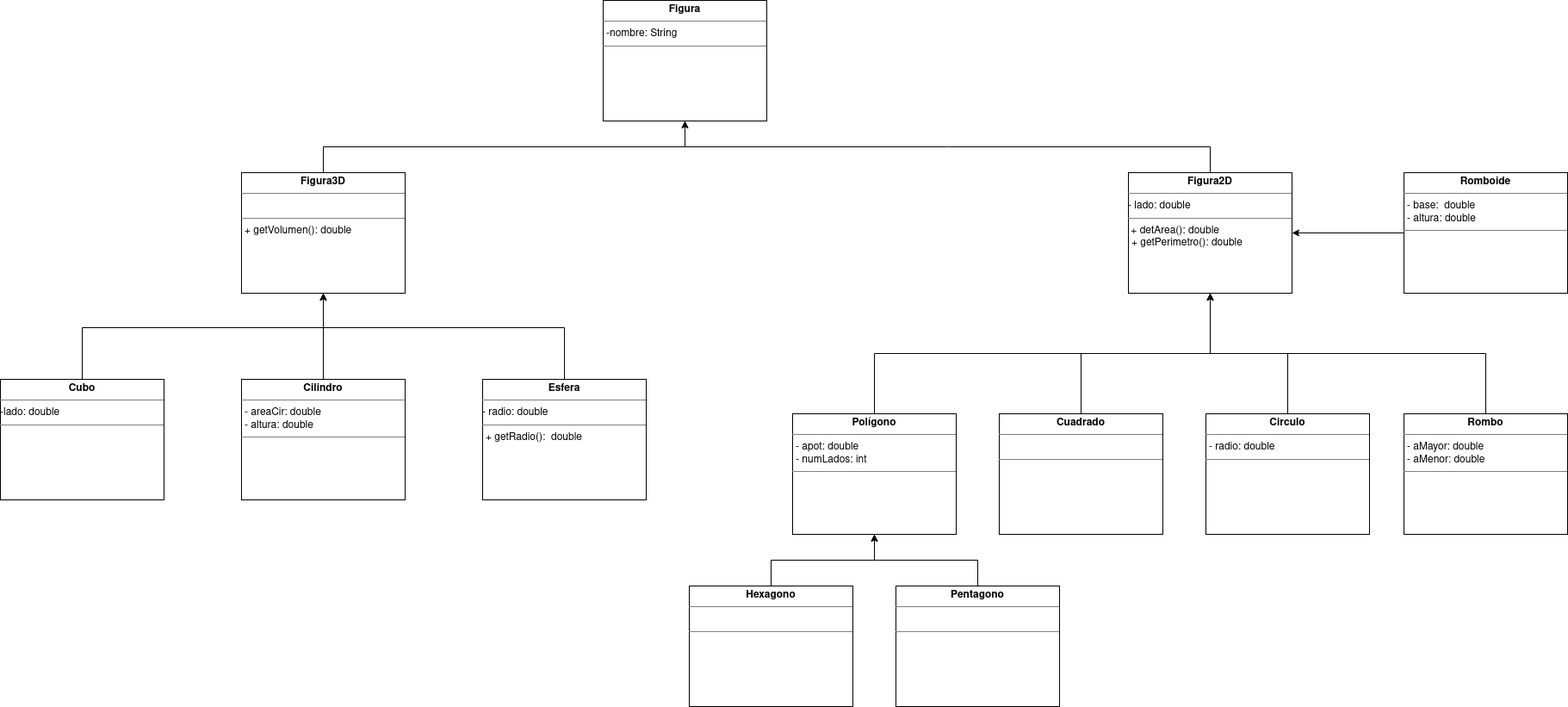
Above: Figura.drawio.png in PINGUIS37/Figura (draw.io), before the change. Source tidied: cells renumbered, new cells last; positions are measured from the earlier drawing's top-left corner, leaving out a move shared by most shapes. Its diagram source:
```xml
<mxGraphModel>
  <root>
    <mxCell id="0" />
    <mxCell id="1" parent="0" />
    <mxCell id="2" style="edgeStyle=orthogonalEdgeStyle;rounded=0;jettySize=auto;html=1;exitX=0;exitY=0.5;exitDx=0;exitDy=0;entryX=1;entryY=0.5;entryDx=0;entryDy=0;" parent="1" edge="1" source="3" target="11">
      <mxGeometry relative="1" as="geometry" />
    </mxCell>
    <mxCell id="3" value="&lt;p style=&quot;margin:0px;margin-top:4px;text-align:center;&quot;&gt;&lt;b&gt;Romboide&lt;/b&gt;&lt;br&gt;&lt;/p&gt;&lt;hr size=&quot;1&quot;&gt;&lt;p style=&quot;margin:0px;margin-left:4px;&quot;&gt;- base:&amp;nbsp; double&lt;br&gt;- altura: double&lt;/p&gt;&lt;hr size=&quot;1&quot;&gt;&lt;p style=&quot;margin:0px;margin-left:4px;&quot;&gt;&lt;br&gt;&lt;br&gt;&lt;/p&gt;" style="verticalAlign=top;align=left;overflow=fill;fontSize=12;fontFamily=Helvetica;html=1;rounded=0;shadow=0;comic=0;labelBackgroundColor=none;strokeWidth=1;" parent="1" vertex="1">
      <mxGeometry x="1630" y="200" width="190" height="140" as="geometry" />
    </mxCell>
    <mxCell id="4" style="edgeStyle=orthogonalEdgeStyle;rounded=0;jettySize=auto;html=1;exitX=0.5;exitY=0;exitDx=0;exitDy=0;entryX=0.5;entryY=1;entryDx=0;entryDy=0;" parent="1" edge="1" source="5" target="14">
      <mxGeometry relative="1" as="geometry" />
    </mxCell>
    <mxCell id="5" value="&lt;p style=&quot;margin:0px;margin-top:4px;text-align:center;&quot;&gt;&lt;b&gt;Cilindro&lt;/b&gt;&lt;br&gt;&lt;/p&gt;&lt;hr size=&quot;1&quot;&gt;&lt;p style=&quot;margin:0px;margin-left:4px;&quot;&gt;- areaCir: double&lt;/p&gt;&lt;p style=&quot;margin:0px;margin-left:4px;&quot;&gt;- altura: double&lt;br&gt;&lt;/p&gt;&lt;hr size=&quot;1&quot;&gt;&lt;p style=&quot;margin:0px;margin-left:4px;&quot;&gt;&lt;br&gt;&lt;/p&gt;" style="verticalAlign=top;align=left;overflow=fill;fontSize=12;fontFamily=Helvetica;html=1;rounded=0;shadow=0;comic=0;labelBackgroundColor=none;strokeWidth=1;" parent="1" vertex="1">
      <mxGeometry x="280" y="440" width="190" height="140" as="geometry" />
    </mxCell>
    <mxCell id="6" style="edgeStyle=orthogonalEdgeStyle;rounded=0;jettySize=auto;html=1;exitX=0.5;exitY=0;exitDx=0;exitDy=0;entryX=0.5;entryY=1;entryDx=0;entryDy=0;" parent="1" edge="1" source="7" target="11">
      <mxGeometry relative="1" as="geometry" />
    </mxCell>
    <mxCell id="7" value="&lt;p style=&quot;margin:0px;margin-top:4px;text-align:center;&quot;&gt;&lt;b&gt;Polígono&lt;/b&gt;&lt;br&gt;&lt;/p&gt;&lt;hr size=&quot;1&quot;&gt;&lt;p style=&quot;margin:0px;margin-left:4px;&quot;&gt;- apot: double&lt;br&gt;- numLados: int&lt;br&gt;&lt;/p&gt;&lt;hr size=&quot;1&quot;&gt;" style="verticalAlign=top;align=left;overflow=fill;fontSize=12;fontFamily=Helvetica;html=1;rounded=0;shadow=0;comic=0;labelBackgroundColor=none;strokeWidth=1;" parent="1" vertex="1">
      <mxGeometry x="920" y="480" width="190" height="140" as="geometry" />
    </mxCell>
    <mxCell id="8" style="edgeStyle=none;rounded=0;jettySize=auto;html=1;exitX=0.5;exitY=0;exitDx=0;exitDy=0;entryX=0.5;entryY=1;entryDx=0;entryDy=0;" parent="1" edge="1" source="9" target="14">
      <mxGeometry relative="1" as="geometry">
        <Array as="points">
          <mxPoint x="655" y="380" />
          <mxPoint x="375" y="380" />
        </Array>
      </mxGeometry>
    </mxCell>
    <mxCell id="9" value="&lt;p style=&quot;margin:0px;margin-top:4px;text-align:center;&quot;&gt;&lt;b&gt;Esfera&lt;/b&gt;&lt;br&gt;&lt;/p&gt;&lt;hr size=&quot;1&quot;&gt;- radio: double&lt;br&gt;&lt;hr size=&quot;1&quot;&gt;&lt;p style=&quot;margin:0px;margin-left:4px;&quot;&gt;+ getRadio():&amp;nbsp; double&lt;br&gt;&lt;/p&gt;" style="verticalAlign=top;align=left;overflow=fill;fontSize=12;fontFamily=Helvetica;html=1;rounded=0;shadow=0;comic=0;labelBackgroundColor=none;strokeWidth=1;" parent="1" vertex="1">
      <mxGeometry x="560" y="440" width="190" height="140" as="geometry" />
    </mxCell>
    <mxCell id="10" style="edgeStyle=orthogonalEdgeStyle;rounded=0;jettySize=auto;html=1;exitX=0.5;exitY=0;exitDx=0;exitDy=0;entryX=0.5;entryY=1;entryDx=0;entryDy=0;" parent="1" edge="1" source="11" target="12">
      <mxGeometry relative="1" as="geometry" />
    </mxCell>
    <mxCell id="11" value="&lt;p style=&quot;margin:0px;margin-top:4px;text-align:center;&quot;&gt;&lt;b&gt;Figura2D&lt;/b&gt;&lt;br&gt;&lt;/p&gt;&lt;hr size=&quot;1&quot;&gt;&lt;div&gt;- lado: double&lt;/div&gt;&lt;hr size=&quot;1&quot;&gt;&amp;nbsp;+ detArea(): double&lt;p style=&quot;margin:0px;margin-left:4px;&quot;&gt;+ getPerimetro(): double&lt;br&gt;&lt;/p&gt;" style="verticalAlign=top;align=left;overflow=fill;fontSize=12;fontFamily=Helvetica;html=1;rounded=0;shadow=0;comic=0;labelBackgroundColor=none;strokeWidth=1;" parent="1" vertex="1">
      <mxGeometry x="1310" y="200" width="190" height="140" as="geometry" />
    </mxCell>
    <mxCell id="12" value="&lt;p style=&quot;margin:0px;margin-top:4px;text-align:center;&quot;&gt;&lt;b&gt;Figura&lt;/b&gt;&lt;br&gt;&lt;/p&gt;&lt;hr size=&quot;1&quot;&gt;&lt;p style=&quot;margin:0px;margin-left:4px;&quot;&gt;-nombre: String&lt;br&gt;&lt;/p&gt;&lt;hr size=&quot;1&quot;&gt;&lt;p style=&quot;margin:0px;margin-left:4px;&quot;&gt;&lt;br&gt;&lt;/p&gt;" style="verticalAlign=top;align=left;overflow=fill;fontSize=12;fontFamily=Helvetica;html=1;rounded=0;shadow=0;comic=0;labelBackgroundColor=none;strokeWidth=1;" parent="1" vertex="1">
      <mxGeometry x="700" width="190" height="140" as="geometry" />
    </mxCell>
    <mxCell id="13" style="edgeStyle=orthogonalEdgeStyle;rounded=0;jettySize=auto;html=1;exitX=0.5;exitY=0;exitDx=0;exitDy=0;entryX=0.5;entryY=1;entryDx=0;entryDy=0;" parent="1" edge="1" source="14" target="12">
      <mxGeometry relative="1" as="geometry" />
    </mxCell>
    <mxCell id="14" value="&lt;p style=&quot;margin:0px;margin-top:4px;text-align:center;&quot;&gt;&lt;b&gt;Figura3D&lt;/b&gt;&lt;/p&gt;&lt;hr size=&quot;1&quot;&gt;&lt;p style=&quot;margin:0px;margin-left:4px;&quot;&gt;&lt;br&gt;&lt;/p&gt;&lt;hr size=&quot;1&quot;&gt;&lt;p style=&quot;margin:0px;margin-left:4px;&quot;&gt;+ getVolumen(): double&lt;br&gt;&lt;/p&gt;" style="verticalAlign=top;align=left;overflow=fill;fontSize=12;fontFamily=Helvetica;html=1;rounded=0;shadow=0;comic=0;labelBackgroundColor=none;strokeWidth=1;" parent="1" vertex="1">
      <mxGeometry x="280" y="200" width="190" height="140" as="geometry" />
    </mxCell>
    <mxCell id="15" style="edgeStyle=orthogonalEdgeStyle;rounded=0;jettySize=auto;html=1;exitX=0.5;exitY=0;exitDx=0;exitDy=0;entryX=0.5;entryY=1;entryDx=0;entryDy=0;" parent="1" edge="1" source="16" target="14">
      <mxGeometry relative="1" as="geometry">
        <Array as="points">
          <mxPoint x="95" y="380" />
          <mxPoint x="375" y="380" />
        </Array>
      </mxGeometry>
    </mxCell>
    <mxCell id="16" value="&lt;p style=&quot;margin:0px;margin-top:4px;text-align:center;&quot;&gt;&lt;b&gt;Cubo&lt;/b&gt;&lt;br&gt;&lt;/p&gt;&lt;hr size=&quot;1&quot;&gt;-lado: double&lt;br&gt;&lt;hr size=&quot;1&quot;&gt;&lt;p style=&quot;margin:0px;margin-left:4px;&quot;&gt;&lt;br&gt;&lt;/p&gt;" style="verticalAlign=top;align=left;overflow=fill;fontSize=12;fontFamily=Helvetica;html=1;rounded=0;shadow=0;comic=0;labelBackgroundColor=none;strokeWidth=1;" parent="1" vertex="1">
      <mxGeometry y="440" width="190" height="140" as="geometry" />
    </mxCell>
    <mxCell id="17" style="edgeStyle=orthogonalEdgeStyle;rounded=0;jettySize=auto;html=1;exitX=0.5;exitY=0;exitDx=0;exitDy=0;entryX=0.5;entryY=1;entryDx=0;entryDy=0;" parent="1" edge="1" source="18" target="11">
      <mxGeometry relative="1" as="geometry" />
    </mxCell>
    <mxCell id="18" value="&lt;p style=&quot;margin:0px;margin-top:4px;text-align:center;&quot;&gt;&lt;b&gt;Cuadrado&lt;/b&gt;&lt;br&gt;&lt;/p&gt;&lt;hr size=&quot;1&quot;&gt;&lt;br&gt;&lt;hr size=&quot;1&quot;&gt;" style="verticalAlign=top;align=left;overflow=fill;fontSize=12;fontFamily=Helvetica;html=1;rounded=0;shadow=0;comic=0;labelBackgroundColor=none;strokeWidth=1;" parent="1" vertex="1">
      <mxGeometry x="1160" y="480" width="190" height="140" as="geometry" />
    </mxCell>
    <mxCell id="19" style="edgeStyle=orthogonalEdgeStyle;rounded=0;jettySize=auto;html=1;exitX=0.5;exitY=0;exitDx=0;exitDy=0;entryX=0.5;entryY=1;entryDx=0;entryDy=0;" parent="1" edge="1" source="20" target="11">
      <mxGeometry relative="1" as="geometry" />
    </mxCell>
    <mxCell id="20" value="&lt;p style=&quot;margin:0px;margin-top:4px;text-align:center;&quot;&gt;&lt;b&gt;Circulo&lt;/b&gt;&lt;br&gt;&lt;/p&gt;&lt;hr size=&quot;1&quot;&gt;&lt;p style=&quot;margin:0px;margin-left:4px;&quot;&gt;- radio: double&lt;/p&gt;&lt;hr size=&quot;1&quot;&gt;" style="verticalAlign=top;align=left;overflow=fill;fontSize=12;fontFamily=Helvetica;html=1;rounded=0;shadow=0;comic=0;labelBackgroundColor=none;strokeWidth=1;" parent="1" vertex="1">
      <mxGeometry x="1400" y="480" width="190" height="140" as="geometry" />
    </mxCell>
    <mxCell id="21" style="edgeStyle=orthogonalEdgeStyle;rounded=0;jettySize=auto;html=1;exitX=0.5;exitY=0;exitDx=0;exitDy=0;entryX=0.5;entryY=1;entryDx=0;entryDy=0;" parent="1" edge="1" source="22" target="11">
      <mxGeometry relative="1" as="geometry" />
    </mxCell>
    <mxCell id="22" value="&lt;p style=&quot;margin:0px;margin-top:4px;text-align:center;&quot;&gt;&lt;b&gt;Rombo&lt;/b&gt;&lt;br&gt;&lt;/p&gt;&lt;hr size=&quot;1&quot;&gt;&lt;p style=&quot;margin:0px;margin-left:4px;&quot;&gt;- aMayor: double&lt;/p&gt;&lt;p style=&quot;margin:0px;margin-left:4px;&quot;&gt;- aMenor: double&lt;br&gt;&lt;/p&gt;&lt;hr size=&quot;1&quot;&gt;&lt;p style=&quot;margin:0px;margin-left:4px;&quot;&gt;&lt;br&gt;&lt;/p&gt;" style="verticalAlign=top;align=left;overflow=fill;fontSize=12;fontFamily=Helvetica;html=1;rounded=0;shadow=0;comic=0;labelBackgroundColor=none;strokeWidth=1;" parent="1" vertex="1">
      <mxGeometry x="1630" y="480" width="190" height="140" as="geometry" />
    </mxCell>
    <mxCell id="23" style="edgeStyle=orthogonalEdgeStyle;rounded=0;jettySize=auto;html=1;exitX=0.5;exitY=0;exitDx=0;exitDy=0;entryX=0.5;entryY=1;entryDx=0;entryDy=0;" parent="1" edge="1" source="24" target="7">
      <mxGeometry relative="1" as="geometry" />
    </mxCell>
    <mxCell id="24" value="&lt;p style=&quot;margin:0px;margin-top:4px;text-align:center;&quot;&gt;&lt;b&gt;Pentagono&lt;/b&gt;&lt;br&gt;&lt;/p&gt;&lt;hr size=&quot;1&quot;&gt;&lt;p style=&quot;margin:0px;margin-left:4px;&quot;&gt;&lt;br&gt;&lt;/p&gt;&lt;hr size=&quot;1&quot;&gt;" style="verticalAlign=top;align=left;overflow=fill;fontSize=12;fontFamily=Helvetica;html=1;rounded=0;shadow=0;comic=0;labelBackgroundColor=none;strokeWidth=1;" parent="1" vertex="1">
      <mxGeometry x="1040" y="680" width="190" height="140" as="geometry" />
    </mxCell>
    <mxCell id="25" style="edgeStyle=orthogonalEdgeStyle;rounded=0;jettySize=auto;html=1;exitX=0.5;exitY=0;exitDx=0;exitDy=0;entryX=0.5;entryY=1;entryDx=0;entryDy=0;" parent="1" edge="1" source="26" target="7">
      <mxGeometry relative="1" as="geometry" />
    </mxCell>
    <mxCell id="26" value="&lt;p style=&quot;margin:0px;margin-top:4px;text-align:center;&quot;&gt;&lt;b&gt;Hexagono&lt;/b&gt;&lt;br&gt;&lt;/p&gt;&lt;hr size=&quot;1&quot;&gt;&lt;p style=&quot;margin:0px;margin-left:4px;&quot;&gt;&lt;br&gt;&lt;/p&gt;&lt;hr size=&quot;1&quot;&gt;" style="verticalAlign=top;align=left;overflow=fill;fontSize=12;fontFamily=Helvetica;html=1;rounded=0;shadow=0;comic=0;labelBackgroundColor=none;strokeWidth=1;" parent="1" vertex="1">
      <mxGeometry x="800" y="680" width="190" height="140" as="geometry" />
    </mxCell>
  </root>
</mxGraphModel>
```
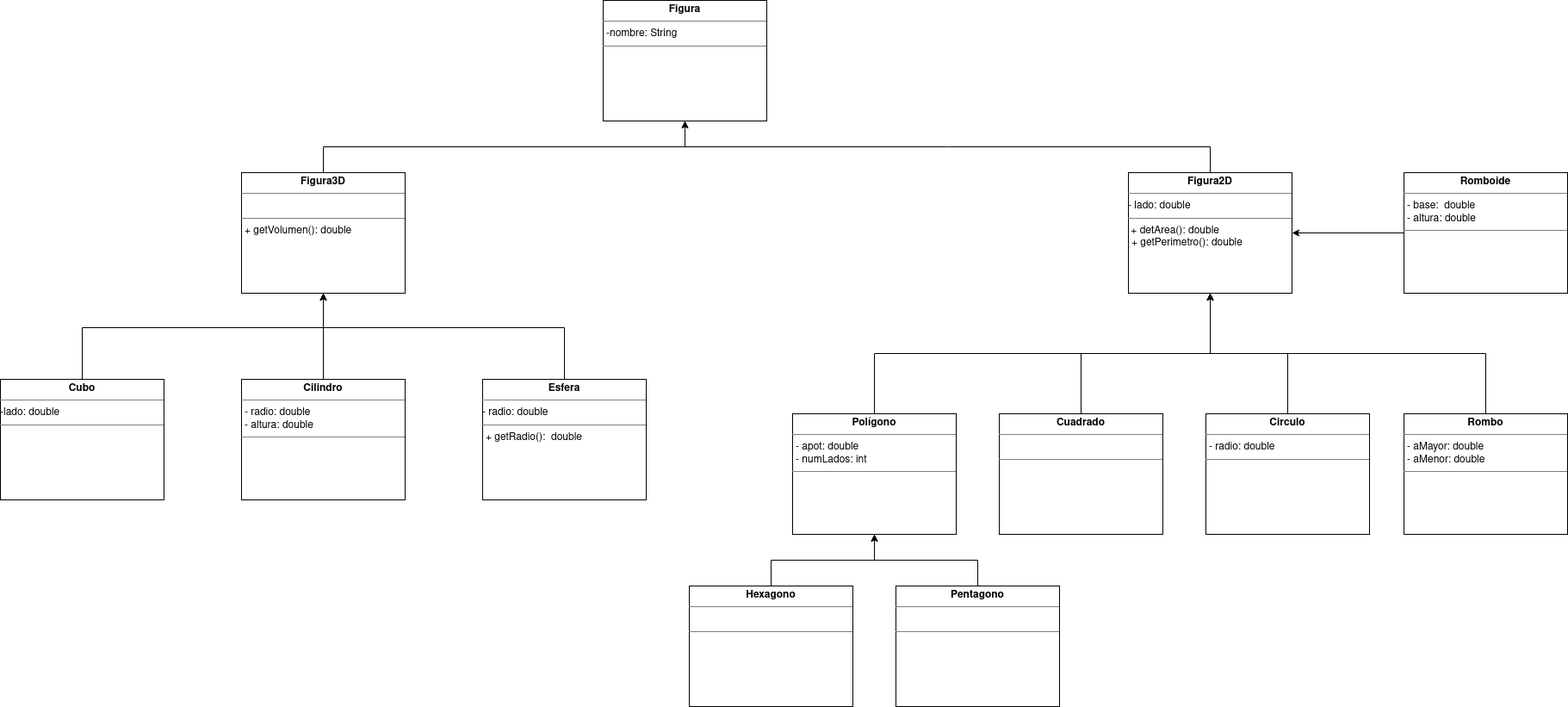
The same file after the commit.

Diff of the diagram source:
```diff
@@ -11,7 +11,7 @@
     <mxCell id="4" style="edgeStyle=orthogonalEdgeStyle;rounded=0;jettySize=auto;html=1;exitX=0.5;exitY=0;exitDx=0;exitDy=0;entryX=0.5;entryY=1;entryDx=0;entryDy=0;" parent="1" edge="1" source="5" target="14">
       <mxGeometry relative="1" as="geometry" />
     </mxCell>
-    <mxCell id="5" value="&lt;p style=&quot;margin:0px;margin-top:4px;text-align:center;&quot;&gt;&lt;b&gt;Cilindro&lt;/b&gt;&lt;br&gt;&lt;/p&gt;&lt;hr size=&quot;1&quot;&gt;&lt;p style=&quot;margin:0px;margin-left:4px;&quot;&gt;- areaCir: double&lt;/p&gt;&lt;p style=&quot;margin:0px;margin-left:4px;&quot;&gt;- altura: double&lt;br&gt;&lt;/p&gt;&lt;hr size=&quot;1&quot;&gt;&lt;p style=&quot;margin:0px;margin-left:4px;&quot;&gt;&lt;br&gt;&lt;/p&gt;" style="verticalAlign=top;align=left;overflow=fill;fontSize=12;fontFamily=Helvetica;html=1;rounded=0;shadow=0;comic=0;labelBackgroundColor=none;strokeWidth=1;" parent="1" vertex="1">
+    <mxCell id="5" value="&lt;p style=&quot;margin:0px;margin-top:4px;text-align:center;&quot;&gt;&lt;b&gt;Cilindro&lt;/b&gt;&lt;br&gt;&lt;/p&gt;&lt;hr size=&quot;1&quot;&gt;&lt;p style=&quot;margin:0px;margin-left:4px;&quot;&gt;- radio: double&lt;/p&gt;&lt;p style=&quot;margin:0px;margin-left:4px;&quot;&gt;- altura: double&lt;br&gt;&lt;/p&gt;&lt;hr size=&quot;1&quot;&gt;&lt;p style=&quot;margin:0px;margin-left:4px;&quot;&gt;&lt;br&gt;&lt;/p&gt;" style="verticalAlign=top;align=left;overflow=fill;fontSize=12;fontFamily=Helvetica;html=1;rounded=0;shadow=0;comic=0;labelBackgroundColor=none;strokeWidth=1;" parent="1" vertex="1">
       <mxGeometry x="280" y="440" width="190" height="140" as="geometry" />
     </mxCell>
     <mxCell id="6" style="edgeStyle=orthogonalEdgeStyle;rounded=0;jettySize=auto;html=1;exitX=0.5;exitY=0;exitDx=0;exitDy=0;entryX=0.5;entryY=1;entryDx=0;entryDy=0;" parent="1" edge="1" source="7" target="11">
```
